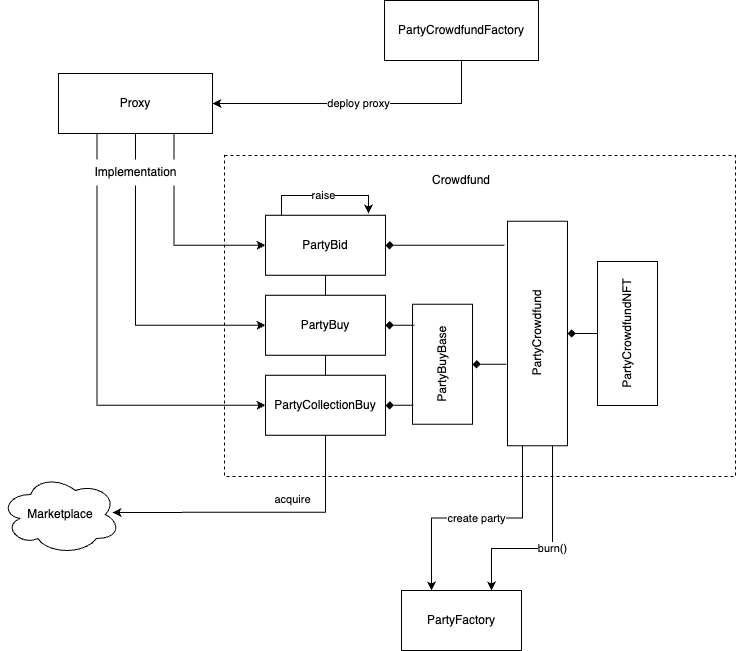
This is docs/crowdfund-contracts.png from PartyDAO/party-protocol, a draw.io export, as it was before one commit. Source tidied: cells renumbered, new cells last; positions are measured from the earlier drawing's top-left corner, leaving out a move shared by most shapes.
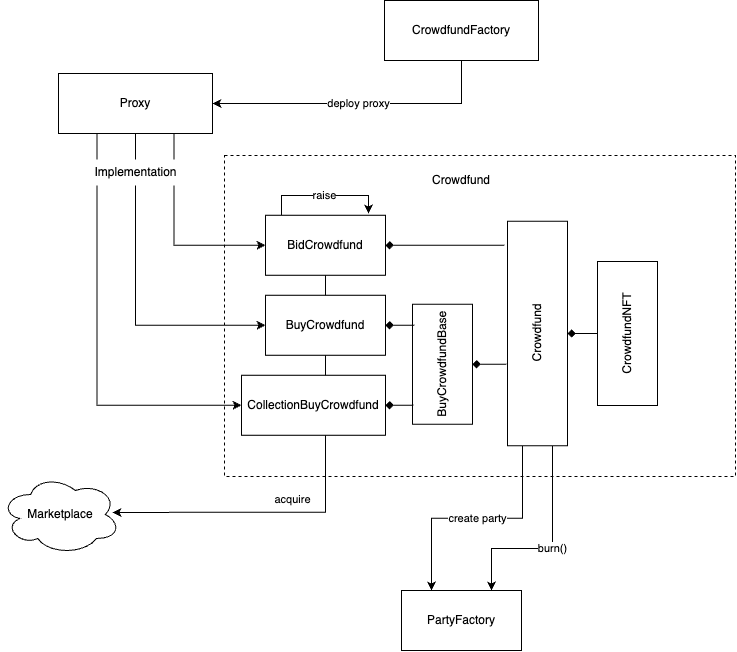
The same diagram one commit later.

The edit, as a diff of the source:
```diff
@@ -22,7 +22,7 @@
     <mxCell id="6" style="group;" parent="1" vertex="1">
       <mxGeometry x="265" y="214.8" width="392" height="230.5" as="geometry" />
     </mxCell>
-    <mxCell id="7" value="PartyCrowdfund" style="rounded=0;whiteSpace=wrap;html=1;fillColor=default;rotation=-90;" parent="6" vertex="1">
+    <mxCell id="7" value="Crowdfund" style="rounded=0;whiteSpace=wrap;html=1;fillColor=default;rotation=-90;" parent="6" vertex="1">
       <mxGeometry x="159.8" y="88.2" width="224.5" height="60" as="geometry" />
     </mxCell>
     <mxCell id="8" style="edgeStyle=orthogonalEdgeStyle;rounded=0;jettySize=auto;html=1;entryX=0.893;entryY=-0.05;entryDx=0;entryDy=0;entryPerimeter=0;endArrow=none;endFill=0;startArrow=diamond;startFill=1;" parent="6" edge="1" source="10" target="7">
@@ -37,19 +37,19 @@
         </Array>
       </mxGeometry>
     </mxCell>
-    <mxCell id="10" value="PartyBid" style="rounded=0;whiteSpace=wrap;html=1;" parent="6" vertex="1">
+    <mxCell id="10" value="BidCrowdfund" style="rounded=0;whiteSpace=wrap;html=1;" parent="6" vertex="1">
       <mxGeometry width="120" height="60" as="geometry" />
     </mxCell>
-    <mxCell id="11" value="PartyBuy" style="rounded=0;whiteSpace=wrap;html=1;" parent="6" vertex="1">
+    <mxCell id="11" value="BuyCrowdfund" style="rounded=0;whiteSpace=wrap;html=1;" parent="6" vertex="1">
       <mxGeometry y="80" width="120" height="60" as="geometry" />
     </mxCell>
-    <mxCell id="12" value="PartyCollectionBuy" style="rounded=0;whiteSpace=wrap;html=1;" parent="6" vertex="1">
-      <mxGeometry y="160" width="120" height="60" as="geometry" />
+    <mxCell id="12" value="CollectionBuyCrowdfund" style="rounded=0;whiteSpace=wrap;html=1;" parent="6" vertex="1">
+      <mxGeometry x="-24" y="160" width="144" height="60" as="geometry" />
     </mxCell>
     <mxCell id="13" style="edgeStyle=orthogonalEdgeStyle;rounded=0;jettySize=auto;html=1;entryX=0.363;entryY=-0.017;entryDx=0;entryDy=0;entryPerimeter=0;endArrow=none;endFill=0;startArrow=diamond;startFill=1;" parent="6" edge="1" source="14" target="7">
       <mxGeometry relative="1" as="geometry" />
     </mxCell>
-    <mxCell id="14" value="PartyBuyBase" style="rounded=0;whiteSpace=wrap;html=1;fillColor=default;rotation=-90;" parent="6" vertex="1">
+    <mxCell id="14" value="BuyCrowdfundBase" style="rounded=0;whiteSpace=wrap;html=1;fillColor=default;rotation=-90;" parent="6" vertex="1">
       <mxGeometry x="117" y="119" width="120" height="60" as="geometry" />
     </mxCell>
     <mxCell id="15" style="edgeStyle=orthogonalEdgeStyle;rounded=0;jettySize=auto;html=1;exitX=1;exitY=0.5;exitDx=0;exitDy=0;entryX=0.825;entryY=0.033;entryDx=0;entryDy=0;entryPerimeter=0;endArrow=none;endFill=0;startArrow=diamond;startFill=1;" parent="6" edge="1" source="11" target="14">
@@ -58,7 +58,7 @@
     <mxCell id="16" style="edgeStyle=orthogonalEdgeStyle;rounded=0;jettySize=auto;html=1;entryX=0.158;entryY=0.017;entryDx=0;entryDy=0;entryPerimeter=0;endArrow=none;endFill=0;startArrow=diamond;startFill=1;" parent="6" edge="1" source="12" target="14">
       <mxGeometry relative="1" as="geometry" />
     </mxCell>
-    <mxCell id="17" value="PartyCrowdfundNFT" style="rounded=0;whiteSpace=wrap;html=1;fillColor=default;rotation=-90;" parent="6" vertex="1">
+    <mxCell id="17" value="CrowdfundNFT" style="rounded=0;whiteSpace=wrap;html=1;fillColor=default;rotation=-90;" parent="6" vertex="1">
       <mxGeometry x="290" y="88.2" width="144" height="60" as="geometry" />
     </mxCell>
     <mxCell id="18" style="edgeStyle=orthogonalEdgeStyle;rounded=0;jettySize=auto;html=1;entryX=0.5;entryY=0;entryDx=0;entryDy=0;endArrow=none;endFill=0;startArrow=diamond;startFill=1;" parent="6" edge="1" source="7" target="17">
@@ -70,7 +70,7 @@
     <mxCell id="20" value="deploy proxy" style="edgeStyle=orthogonalEdgeStyle;rounded=0;jettySize=auto;html=1;entryX=1;entryY=0.5;entryDx=0;entryDy=0;startArrow=none;startFill=0;endArrow=classic;endFill=1;exitX=0.5;exitY=1;exitDx=0;exitDy=0;" parent="1" edge="1" source="21" target="26">
       <mxGeometry relative="1" as="geometry" />
     </mxCell>
-    <mxCell id="21" value="PartyCrowdfundFactory" style="rounded=0;whiteSpace=wrap;html=1;fillColor=default;" parent="1" vertex="1">
+    <mxCell id="21" value="CrowdfundFactory" style="rounded=0;whiteSpace=wrap;html=1;fillColor=default;" parent="1" vertex="1">
       <mxGeometry x="384" width="154" height="60" as="geometry" />
     </mxCell>
     <mxCell id="22" value="raise" style="edgeStyle=orthogonalEdgeStyle;rounded=0;jettySize=auto;html=1;endArrow=classic;endFill=1;" parent="1" edge="1" source="10">
```
